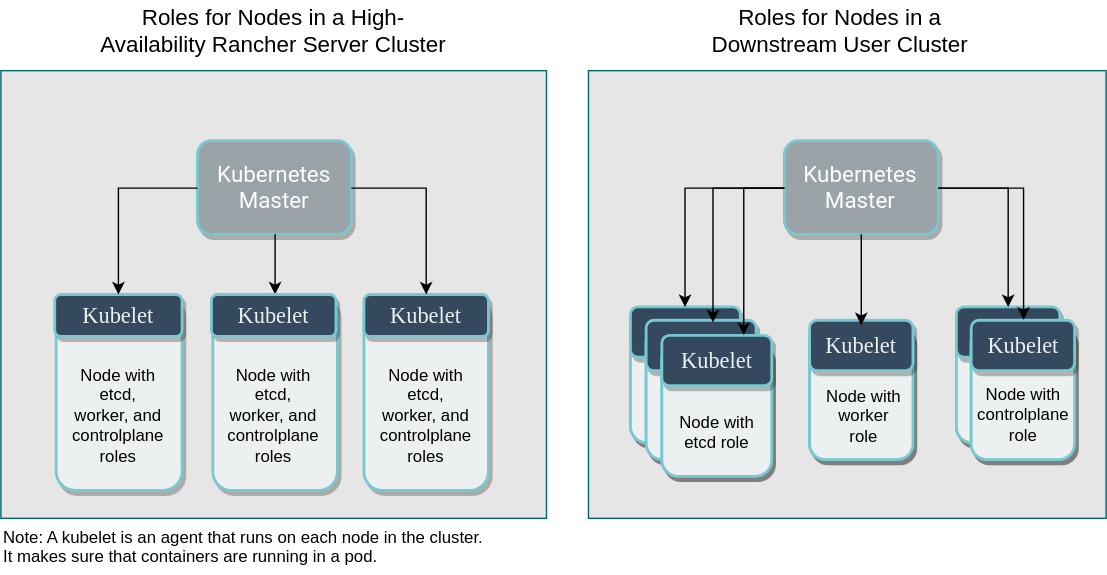
Earlier version of the draw.io export static/img/rancher/rancher-architecture-node-roles.svg (rancher/docs). Source tidied: cells renumbered, new cells last; positions are measured from the earlier drawing's top-left corner, leaving out a move shared by most shapes.
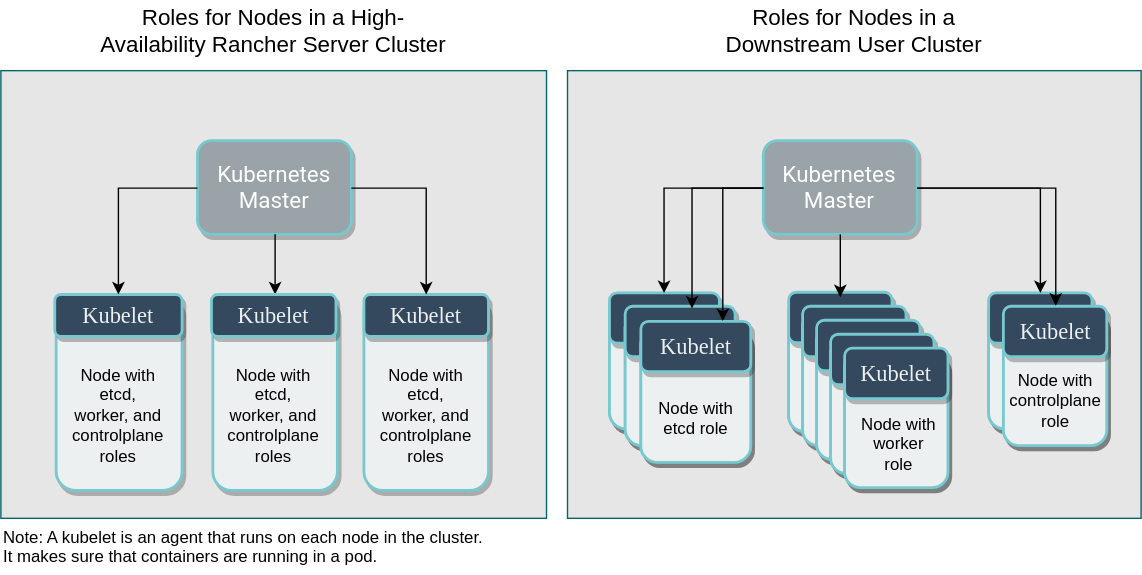
The same diagram one commit later.

Diff of the diagram source:
```diff
@@ -6,7 +6,7 @@
       <mxGeometry x="64" width="262" height="42" as="geometry" />
     </mxCell>
     <mxCell id="3" value="&lt;font style=&quot;font-size: 16px&quot;&gt;Roles for Nodes in a Downstream User Cluster&lt;br&gt;&lt;/font&gt;" style="text;html=1;strokeColor=none;fillColor=none;align=center;verticalAlign=middle;whiteSpace=wrap;rounded=0;" parent="1" vertex="1">
-      <mxGeometry x="480" width="240" height="42" as="geometry" />
+      <mxGeometry x="490" width="240" height="42" as="geometry" />
     </mxCell>
     <mxCell id="4" style="group;" parent="1" vertex="1">
       <mxGeometry y="50" width="390" height="320" as="geometry" />
@@ -56,17 +56,28 @@
     <mxCell id="19" value="Node with etcd, worker, and controlplane roles" style="text;html=1;strokeColor=none;fillColor=none;align=center;verticalAlign=middle;whiteSpace=wrap;rounded=0;" parent="4" vertex="1">
       <mxGeometry x="283.5" y="236" width="40" height="20" as="geometry" />
     </mxCell>
-    <mxCell id="20" style="group;" parent="1" vertex="1">
-      <mxGeometry x="420" y="50" width="370" height="320" as="geometry" />
-    </mxCell>
+    <mxCell id="56" style="edgeStyle=orthogonalEdgeStyle;rounded=0;jettySize=auto;html=1;" parent="1" edge="1" source="22">
+      <mxGeometry relative="1" as="geometry">
+        <Array as="points">
+          <mxPoint x="615" y="212" />
+          <mxPoint x="645" y="212" />
+        </Array>
+      </mxGeometry>
+    </mxCell>
+    <mxCell id="58" value="Note: A kubelet is an agent that runs on each node in the cluster. It makes sure that containers are running in a pod." style="text;html=1;strokeColor=none;fillColor=none;align=left;verticalAlign=middle;whiteSpace=wrap;rounded=0;" parent="1" vertex="1">
+      <mxGeometry y="370" width="346" height="40" as="geometry" />
+    </mxCell>
+    <mxCell id="65" style="group;" parent="1" vertex="1">
+      <mxGeometry x="405" y="50" width="410" height="320" as="geometry" />
+    </mxCell>
-    <mxCell id="21" style="whiteSpace=wrap;html=1;fontColor=none;labelBackgroundColor=none;noLabel=1;strokeColor=#006666;fillColor=#E6E6E6;" parent="20" vertex="1">
-      <mxGeometry width="370" height="320" as="geometry" />
+    <mxCell id="21" style="whiteSpace=wrap;html=1;fontColor=none;labelBackgroundColor=none;noLabel=1;strokeColor=#006666;fillColor=#E6E6E6;" parent="65" vertex="1">
+      <mxGeometry width="410" height="320" as="geometry" />
     </mxCell>
-    <mxCell id="22" value="&lt;font style=&quot;font-size: 16px&quot; color=&quot;#FFFFFF&quot;&gt;Kubernetes Master&lt;br&gt;&lt;/font&gt;" style="rounded=1;whiteSpace=wrap;html=1;shadow=1;comic=0;strokeColor=#78C9CF;strokeWidth=2;fillColor=#99a3a8;fontFamily=roboto;fontColor=#313131;align=center;gradientColor=none;labelBackgroundColor=none;" parent="1" vertex="1">
-      <mxGeometry x="560" y="100" width="110" height="67" as="geometry" />
+    <mxCell id="22" value="&lt;font style=&quot;font-size: 16px&quot; color=&quot;#FFFFFF&quot;&gt;Kubernetes Master&lt;br&gt;&lt;/font&gt;" style="rounded=1;whiteSpace=wrap;html=1;shadow=1;comic=0;strokeColor=#78C9CF;strokeWidth=2;fillColor=#99a3a8;fontFamily=roboto;fontColor=#313131;align=center;gradientColor=none;labelBackgroundColor=none;" parent="65" vertex="1">
+      <mxGeometry x="140" y="50" width="110" height="67" as="geometry" />
     </mxCell>
-    <mxCell id="23" style="group;" parent="1" vertex="1">
-      <mxGeometry x="450" y="220" width="101" height="120" as="geometry" />
+    <mxCell id="23" style="group;" parent="65" vertex="1">
+      <mxGeometry x="30" y="160" width="101" height="120" as="geometry" />
     </mxCell>
     <mxCell id="24" style="group;" parent="23" vertex="1">
       <mxGeometry width="101" height="120" as="geometry" />
@@ -116,17 +127,17 @@
     <mxCell id="39" value="&lt;div style=&quot;text-align: center ; font-size: 16px&quot;&gt;&lt;font style=&quot;font-size: 16px&quot; face=&quot;Tahoma&quot;&gt;&lt;span&gt;&lt;font style=&quot;font-size: 16px&quot; color=&quot;#ecf0f1&quot;&gt;Kubelet&lt;/font&gt;&lt;/span&gt;&lt;/font&gt;&lt;/div&gt;" style="rounded=1;whiteSpace=wrap;html=1;shadow=1;comic=0;strokeColor=#78C9CF;strokeWidth=2;fillColor=#34495E;fontColor=#313131;align=center;fontFamily=roboto;gradientColor=none;" parent="36" vertex="1">
       <mxGeometry y="-4.8" width="78.6" height="36" as="geometry" />
     </mxCell>
-    <mxCell id="40" style="edgeStyle=orthogonalEdgeStyle;rounded=0;jettySize=auto;html=1;entryX=0.5;entryY=0;entryDx=0;entryDy=0;" parent="1" edge="1" source="22" target="29">
+    <mxCell id="40" style="edgeStyle=orthogonalEdgeStyle;rounded=0;jettySize=auto;html=1;entryX=0.5;entryY=0;entryDx=0;entryDy=0;" parent="65" edge="1" source="22" target="29">
       <mxGeometry relative="1" as="geometry" />
     </mxCell>
-    <mxCell id="41" style="edgeStyle=orthogonalEdgeStyle;rounded=0;jettySize=auto;html=1;entryX=0.608;entryY=0.044;entryDx=0;entryDy=0;entryPerimeter=0;" parent="1" edge="1" source="22" target="34">
+    <mxCell id="41" style="edgeStyle=orthogonalEdgeStyle;rounded=0;jettySize=auto;html=1;entryX=0.608;entryY=0.044;entryDx=0;entryDy=0;entryPerimeter=0;" parent="65" edge="1" source="22" target="34">
       <mxGeometry relative="1" as="geometry" />
     </mxCell>
-    <mxCell id="42" style="edgeStyle=orthogonalEdgeStyle;rounded=0;jettySize=auto;html=1;entryX=0.75;entryY=0;entryDx=0;entryDy=0;" parent="1" edge="1" source="22" target="39">
+    <mxCell id="42" style="edgeStyle=orthogonalEdgeStyle;rounded=0;jettySize=auto;html=1;entryX=0.75;entryY=0;entryDx=0;entryDy=0;" parent="65" edge="1" source="22" target="39">
       <mxGeometry relative="1" as="geometry" />
     </mxCell>
-    <mxCell id="43" style="group;" parent="1" vertex="1">
-      <mxGeometry x="683" y="220" width="95" height="120" as="geometry" />
+    <mxCell id="43" style="group;" parent="65" vertex="1">
+      <mxGeometry x="301" y="160" width="95" height="120" as="geometry" />
     </mxCell>
     <mxCell id="44" style="group;" parent="43" vertex="1">
       <mxGeometry width="95" height="120" as="geometry" />
@@ -161,28 +172,17 @@
     <mxCell id="54" value="&lt;div style=&quot;text-align: center ; font-size: 16px&quot;&gt;&lt;font style=&quot;font-size: 16px&quot; face=&quot;Tahoma&quot;&gt;&lt;span&gt;&lt;font style=&quot;font-size: 16px&quot; color=&quot;#ecf0f1&quot;&gt;Kubelet&lt;/font&gt;&lt;/span&gt;&lt;/font&gt;&lt;/div&gt;" style="rounded=1;whiteSpace=wrap;html=1;shadow=1;comic=0;strokeColor=#78C9CF;strokeWidth=2;fillColor=#34495E;fontColor=#313131;align=center;fontFamily=roboto;gradientColor=none;" parent="51" vertex="1">
       <mxGeometry y="-3.6" width="73.9" height="36" as="geometry" />
     </mxCell>
-    <mxCell id="55" style="edgeStyle=orthogonalEdgeStyle;rounded=0;jettySize=auto;html=1;entryX=0.5;entryY=0;entryDx=0;entryDy=0;" parent="1" edge="1" source="22" target="49">
+    <mxCell id="55" style="edgeStyle=orthogonalEdgeStyle;rounded=0;jettySize=auto;html=1;entryX=0.5;entryY=0;entryDx=0;entryDy=0;" parent="65" edge="1" source="22" target="49">
       <mxGeometry relative="1" as="geometry" />
     </mxCell>
-    <mxCell id="56" style="edgeStyle=orthogonalEdgeStyle;rounded=0;jettySize=auto;html=1;" parent="1" edge="1" source="22">
-      <mxGeometry relative="1" as="geometry">
-        <Array as="points">
-          <mxPoint x="615" y="212" />
-          <mxPoint x="645" y="212" />
-        </Array>
-      </mxGeometry>
-    </mxCell>
-    <mxCell id="57" style="edgeStyle=orthogonalEdgeStyle;rounded=0;jettySize=auto;html=1;entryX=0.5;entryY=0;entryDx=0;entryDy=0;" parent="1" edge="1" source="22" target="54">
+    <mxCell id="57" style="edgeStyle=orthogonalEdgeStyle;rounded=0;jettySize=auto;html=1;entryX=0.5;entryY=0;entryDx=0;entryDy=0;" parent="65" edge="1" source="22" target="54">
       <mxGeometry relative="1" as="geometry" />
     </mxCell>
-    <mxCell id="58" value="Note: A kubelet is an agent that runs on each node in the cluster. It makes sure that containers are running in a pod." style="text;html=1;strokeColor=none;fillColor=none;align=left;verticalAlign=middle;whiteSpace=wrap;rounded=0;" parent="1" vertex="1">
-      <mxGeometry y="370" width="346" height="40" as="geometry" />
-    </mxCell>
-    <mxCell id="59" style="group;" parent="1" vertex="1">
-      <mxGeometry x="578.1" y="232" width="73.9" height="96" as="geometry" />
+    <mxCell id="59" style="group;" parent="65" vertex="1">
+      <mxGeometry x="158.1" y="172" width="73.9" height="96" as="geometry" />
     </mxCell>
     <mxCell id="60" style="group;rounded=1;fontFamily=roboto;strokeColor=#78C9CF;shadow=1;fontColor=#FFFFFF;verticalAlign=middle;strokeWidth=2;fillColor=#ecf0f1;" parent="59" vertex="1">
-      <mxGeometry width="73.9" height="96" as="geometry" />
+      <mxGeometry y="-10" width="73.9" height="96" as="geometry" />
     </mxCell>
     <mxCell id="61" style="rounded=1;whiteSpace=wrap;html=1;shadow=1;comic=0;strokeColor=#78C9CF;strokeWidth=2;fillColor=#ecf0f1;fontFamily=roboto;fontColor=#FFFFFF;align=center;" parent="60" vertex="1">
       <mxGeometry width="73.9" height="96" as="geometry" />
@@ -193,8 +193,56 @@
     <mxCell id="63" value="&lt;div style=&quot;text-align: center ; font-size: 16px&quot;&gt;&lt;font style=&quot;font-size: 16px&quot; face=&quot;Tahoma&quot;&gt;&lt;span&gt;&lt;font style=&quot;font-size: 16px&quot; color=&quot;#ecf0f1&quot;&gt;Kubelet&lt;/font&gt;&lt;/span&gt;&lt;/font&gt;&lt;/div&gt;" style="rounded=1;whiteSpace=wrap;html=1;shadow=1;comic=0;strokeColor=#78C9CF;strokeWidth=2;fillColor=#34495E;fontColor=#313131;align=center;fontFamily=roboto;gradientColor=none;" parent="60" vertex="1">
       <mxGeometry y="-3.6" width="73.9" height="36" as="geometry" />
     </mxCell>
-    <mxCell id="64" style="edgeStyle=orthogonalEdgeStyle;rounded=0;jettySize=auto;html=1;" parent="1" edge="1" source="22" target="61">
+    <mxCell id="64" style="edgeStyle=orthogonalEdgeStyle;rounded=0;jettySize=auto;html=1;" parent="65" edge="1" source="22" target="61">
       <mxGeometry relative="1" as="geometry" />
     </mxCell>
+    <mxCell id="66" style="group;rounded=1;fontFamily=roboto;strokeColor=#78C9CF;shadow=1;fontColor=#FFFFFF;verticalAlign=middle;strokeWidth=2;fillColor=#ecf0f1;" parent="65" vertex="1">
+      <mxGeometry x="168.1" y="172" width="73.9" height="96" as="geometry" />
+    </mxCell>
+    <mxCell id="67" style="rounded=1;whiteSpace=wrap;html=1;shadow=1;comic=0;strokeColor=#78C9CF;strokeWidth=2;fillColor=#ecf0f1;fontFamily=roboto;fontColor=#FFFFFF;align=center;" parent="66" vertex="1">
+      <mxGeometry width="73.9" height="96" as="geometry" />
+    </mxCell>
+    <mxCell id="68" value="Node with worker role" style="text;html=1;strokeColor=none;fillColor=none;align=center;verticalAlign=middle;whiteSpace=wrap;rounded=0;" parent="66" vertex="1">
+      <mxGeometry x="10" y="40" width="58" height="48" as="geometry" />
+    </mxCell>
+    <mxCell id="69" value="&lt;div style=&quot;text-align: center ; font-size: 16px&quot;&gt;&lt;font style=&quot;font-size: 16px&quot; face=&quot;Tahoma&quot;&gt;&lt;span&gt;&lt;font style=&quot;font-size: 16px&quot; color=&quot;#ecf0f1&quot;&gt;Kubelet&lt;/font&gt;&lt;/span&gt;&lt;/font&gt;&lt;/div&gt;" style="rounded=1;whiteSpace=wrap;html=1;shadow=1;comic=0;strokeColor=#78C9CF;strokeWidth=2;fillColor=#34495E;fontColor=#313131;align=center;fontFamily=roboto;gradientColor=none;" parent="66" vertex="1">
+      <mxGeometry y="-3.6" width="73.9" height="36" as="geometry" />
+    </mxCell>
+    <mxCell id="70" style="group;rounded=1;fontFamily=roboto;strokeColor=#78C9CF;shadow=1;fontColor=#FFFFFF;verticalAlign=middle;strokeWidth=2;fillColor=#ecf0f1;" parent="65" vertex="1">
+      <mxGeometry x="178.1" y="182" width="73.9" height="96" as="geometry" />
+    </mxCell>
+    <mxCell id="71" style="rounded=1;whiteSpace=wrap;html=1;shadow=1;comic=0;strokeColor=#78C9CF;strokeWidth=2;fillColor=#ecf0f1;fontFamily=roboto;fontColor=#FFFFFF;align=center;" parent="70" vertex="1">
+      <mxGeometry width="73.9" height="96" as="geometry" />
+    </mxCell>
+    <mxCell id="72" value="Node with worker role" style="text;html=1;strokeColor=none;fillColor=none;align=center;verticalAlign=middle;whiteSpace=wrap;rounded=0;" parent="70" vertex="1">
+      <mxGeometry x="10" y="40" width="58" height="48" as="geometry" />
+    </mxCell>
+    <mxCell id="73" value="&lt;div style=&quot;text-align: center ; font-size: 16px&quot;&gt;&lt;font style=&quot;font-size: 16px&quot; face=&quot;Tahoma&quot;&gt;&lt;span&gt;&lt;font style=&quot;font-size: 16px&quot; color=&quot;#ecf0f1&quot;&gt;Kubelet&lt;/font&gt;&lt;/span&gt;&lt;/font&gt;&lt;/div&gt;" style="rounded=1;whiteSpace=wrap;html=1;shadow=1;comic=0;strokeColor=#78C9CF;strokeWidth=2;fillColor=#34495E;fontColor=#313131;align=center;fontFamily=roboto;gradientColor=none;" parent="70" vertex="1">
+      <mxGeometry y="-3.6" width="73.9" height="36" as="geometry" />
+    </mxCell>
+    <mxCell id="74" style="group;rounded=1;fontFamily=roboto;strokeColor=#78C9CF;shadow=1;fontColor=#FFFFFF;verticalAlign=middle;strokeWidth=2;fillColor=#ecf0f1;" parent="65" vertex="1">
+      <mxGeometry x="188.1" y="192" width="73.9" height="96" as="geometry" />
+    </mxCell>
+    <mxCell id="75" style="rounded=1;whiteSpace=wrap;html=1;shadow=1;comic=0;strokeColor=#78C9CF;strokeWidth=2;fillColor=#ecf0f1;fontFamily=roboto;fontColor=#FFFFFF;align=center;" parent="74" vertex="1">
+      <mxGeometry width="73.9" height="96" as="geometry" />
+    </mxCell>
+    <mxCell id="76" value="Node with worker role" style="text;html=1;strokeColor=none;fillColor=none;align=center;verticalAlign=middle;whiteSpace=wrap;rounded=0;" parent="74" vertex="1">
+      <mxGeometry x="10" y="40" width="58" height="48" as="geometry" />
+    </mxCell>
+    <mxCell id="77" value="&lt;div style=&quot;text-align: center ; font-size: 16px&quot;&gt;&lt;font style=&quot;font-size: 16px&quot; face=&quot;Tahoma&quot;&gt;&lt;span&gt;&lt;font style=&quot;font-size: 16px&quot; color=&quot;#ecf0f1&quot;&gt;Kubelet&lt;/font&gt;&lt;/span&gt;&lt;/font&gt;&lt;/div&gt;" style="rounded=1;whiteSpace=wrap;html=1;shadow=1;comic=0;strokeColor=#78C9CF;strokeWidth=2;fillColor=#34495E;fontColor=#313131;align=center;fontFamily=roboto;gradientColor=none;" parent="74" vertex="1">
+      <mxGeometry y="-3.6" width="73.9" height="36" as="geometry" />
+    </mxCell>
+    <mxCell id="78" style="group;rounded=1;fontFamily=roboto;strokeColor=#78C9CF;shadow=1;fontColor=#FFFFFF;verticalAlign=middle;strokeWidth=2;fillColor=#ecf0f1;" parent="65" vertex="1">
+      <mxGeometry x="198.1" y="202" width="73.9" height="96" as="geometry" />
+    </mxCell>
+    <mxCell id="79" style="rounded=1;whiteSpace=wrap;html=1;shadow=1;comic=0;strokeColor=#78C9CF;strokeWidth=2;fillColor=#ecf0f1;fontFamily=roboto;fontColor=#FFFFFF;align=center;" parent="78" vertex="1">
+      <mxGeometry width="73.9" height="96" as="geometry" />
+    </mxCell>
+    <mxCell id="80" value="Node with worker role" style="text;html=1;strokeColor=none;fillColor=none;align=center;verticalAlign=middle;whiteSpace=wrap;rounded=0;" parent="78" vertex="1">
+      <mxGeometry x="10" y="40" width="58" height="48" as="geometry" />
+    </mxCell>
+    <mxCell id="81" value="&lt;div style=&quot;text-align: center ; font-size: 16px&quot;&gt;&lt;font style=&quot;font-size: 16px&quot; face=&quot;Tahoma&quot;&gt;&lt;span&gt;&lt;font style=&quot;font-size: 16px&quot; color=&quot;#ecf0f1&quot;&gt;Kubelet&lt;/font&gt;&lt;/span&gt;&lt;/font&gt;&lt;/div&gt;" style="rounded=1;whiteSpace=wrap;html=1;shadow=1;comic=0;strokeColor=#78C9CF;strokeWidth=2;fillColor=#34495E;fontColor=#313131;align=center;fontFamily=roboto;gradientColor=none;" parent="78" vertex="1">
+      <mxGeometry y="-3.6" width="73.9" height="36" as="geometry" />
+    </mxCell>
   </root>
 </mxGraphModel>
```
